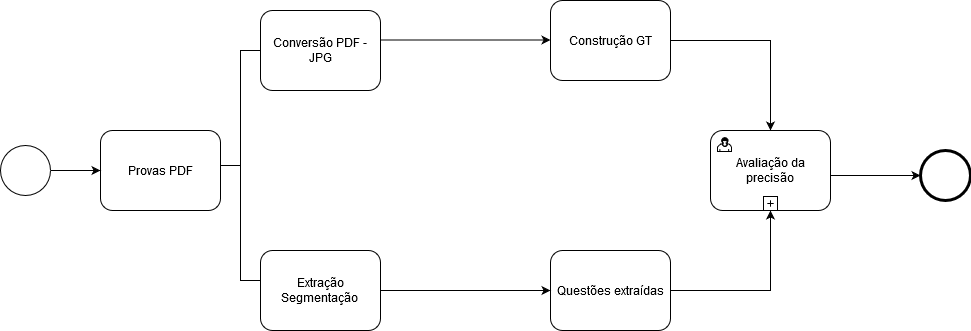
Above: Untitled Diagram.png in karinawie/process-diagram (draw.io), before the change. Source tidied: cells renumbered, new cells last; positions are measured from the earlier drawing's top-left corner, leaving out a move shared by most shapes.
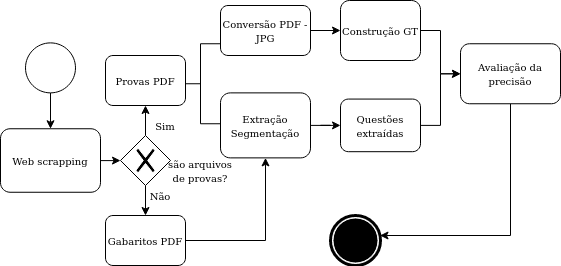
The same file after the commit.

The edit, as a diff of the source:
```diff
@@ -2,74 +2,84 @@
   <root>
     <mxCell id="0" />
     <mxCell id="1" parent="0" />
+    <mxCell id="5" style="edgeStyle=orthogonalEdgeStyle;rounded=0;jettySize=auto;html=1;" parent="1" edge="1" source="2" target="3">
+      <mxGeometry relative="1" as="geometry" />
+    </mxCell>
     <mxCell id="2" style="shape=mxgraph.bpmn.shape;html=1;verticalLabelPosition=bottom;labelBackgroundColor=#ffffff;verticalAlign=top;perimeter=ellipsePerimeter;outline=standard;symbol=general;" parent="1" vertex="1">
-      <mxGeometry y="145" width="50" height="50" as="geometry" />
+      <mxGeometry x="155" y="57.4" width="50" height="50" as="geometry" />
     </mxCell>
+    <mxCell id="19" style="edgeStyle=orthogonalEdgeStyle;rounded=0;jettySize=auto;html=1;" parent="1" edge="1" source="3" target="31">
+      <mxGeometry relative="1" as="geometry" />
+    </mxCell>
-    <mxCell id="3" value="Provas PDF" style="shape=ext;rounded=1;html=1;whiteSpace=wrap;" parent="1" vertex="1">
-      <mxGeometry x="100" y="130" width="120" height="80" as="geometry" />
+    <mxCell id="3" value="&lt;font style=&quot;font-size: 10px&quot;&gt;Web scrapping&lt;/font&gt;" style="shape=ext;rounded=1;html=1;whiteSpace=wrap;" parent="1" vertex="1">
+      <mxGeometry x="130" y="143.2" width="100" height="63.5" as="geometry" />
     </mxCell>
-    <mxCell id="4" style="shape=mxgraph.bpmn.shape;html=1;verticalLabelPosition=bottom;labelBackgroundColor=#ffffff;verticalAlign=top;perimeter=ellipsePerimeter;outline=end;symbol=general;" parent="1" vertex="1">
-      <mxGeometry x="920" y="150" width="50" height="50" as="geometry" />
-    </mxCell>
-    <mxCell id="5" style="edgeStyle=orthogonalEdgeStyle;rounded=0;html=1;jettySize=auto;" parent="1" edge="1" source="2" target="3">
-      <mxGeometry relative="1" as="geometry" />
-    </mxCell>
-    <mxCell id="6" style="edgeStyle=orthogonalEdgeStyle;rounded=0;html=1;jettySize=auto;entryX=0.5;entryY=1;entryDx=0;entryDy=0;" parent="1" edge="1" source="8">
-      <mxGeometry relative="1" as="geometry">
-        <mxPoint x="770" y="210" as="targetPoint" />
-        <Array as="points">
-          <mxPoint x="770" y="290" />
-        </Array>
-      </mxGeometry>
-    </mxCell>
-    <mxCell id="7" style="edgeStyle=orthogonalEdgeStyle;rounded=0;html=1;jettySize=auto;" parent="1" edge="1" target="4">
-      <mxGeometry relative="1" as="geometry">
-        <mxPoint x="830" y="175" as="sourcePoint" />
-      </mxGeometry>
-    </mxCell>
+    <mxCell id="20" style="edgeStyle=orthogonalEdgeStyle;rounded=0;jettySize=auto;html=1;" parent="1" edge="1" source="8" target="14">
+      <mxGeometry relative="1" as="geometry" />
+    </mxCell>
-    <mxCell id="8" value="Questões extraídas" style="html=1;whiteSpace=wrap;rounded=1;" parent="1" vertex="1">
-      <mxGeometry x="550" y="250" width="120" height="80" as="geometry" />
+    <mxCell id="8" value="&lt;font style=&quot;font-size: 10px&quot;&gt;Questões extraídas&lt;/font&gt;" style="html=1;whiteSpace=wrap;rounded=1;" parent="1" vertex="1">
+      <mxGeometry x="470" y="113.6" width="80" height="52.6" as="geometry" />
     </mxCell>
-    <mxCell id="9" style="edgeStyle=orthogonalEdgeStyle;rounded=0;jettySize=auto;html=1;exitX=1;exitY=0.5;exitDx=0;exitDy=0;entryX=0.5;entryY=0;entryDx=0;entryDy=0;" parent="1" edge="1" source="10">
-      <mxGeometry relative="1" as="geometry">
-        <mxPoint x="770" y="130" as="targetPoint" />
-      </mxGeometry>
-    </mxCell>
+    <mxCell id="21" style="edgeStyle=orthogonalEdgeStyle;rounded=0;jettySize=auto;html=1;" parent="1" edge="1" source="10" target="14">
+      <mxGeometry relative="1" as="geometry" />
+    </mxCell>
-    <mxCell id="10" value="Construção GT " style="html=1;whiteSpace=wrap;rounded=1;" parent="1" vertex="1">
-      <mxGeometry x="550" width="120" height="80" as="geometry" />
+    <mxCell id="10" value="&lt;font style=&quot;font-size: 10px&quot;&gt;Construção GT &lt;/font&gt;" style="html=1;whiteSpace=wrap;rounded=1;" parent="1" vertex="1">
+      <mxGeometry x="470" y="15" width="80" height="60" as="geometry" />
     </mxCell>
+    <mxCell id="22" style="edgeStyle=orthogonalEdgeStyle;rounded=0;jettySize=auto;html=1;" parent="1" edge="1" source="11" target="8">
+      <mxGeometry relative="1" as="geometry" />
+    </mxCell>
-    <mxCell id="11" value="&lt;div&gt;Extração Segmentação&lt;br&gt;&lt;/div&gt;" style="shape=ext;rounded=1;html=1;whiteSpace=wrap;" parent="1" vertex="1">
-      <mxGeometry x="260" y="250" width="120" height="80" as="geometry" />
+    <mxCell id="11" value="&lt;div&gt;&lt;font style=&quot;font-size: 10px&quot;&gt;Extração Segmentação&lt;br&gt;&lt;/font&gt;&lt;/div&gt;" style="shape=ext;rounded=1;html=1;whiteSpace=wrap;" parent="1" vertex="1">
+      <mxGeometry x="350" y="107.4" width="90" height="65" as="geometry" />
     </mxCell>
-    <mxCell id="12" style="edgeStyle=orthogonalEdgeStyle;rounded=0;html=1;jettySize=auto;entryX=0;entryY=0.5;entryDx=0;entryDy=0;" parent="1" edge="1" target="8">
-      <mxGeometry relative="1" as="geometry">
-        <mxPoint x="380" y="290" as="sourcePoint" />
-      </mxGeometry>
-    </mxCell>
     <mxCell id="13" style="html=1;shape=mxgraph.flowchart.annotation_2;align=left;labelPosition=right;" parent="1" vertex="1">
-      <mxGeometry x="220" y="50" width="40" height="230" as="geometry" />
+      <mxGeometry x="310" y="58.2" width="40" height="80" as="geometry" />
     </mxCell>
+    <mxCell id="23" style="edgeStyle=orthogonalEdgeStyle;rounded=0;jettySize=auto;html=1;" parent="1" edge="1" source="14" target="25">
+      <mxGeometry relative="1" as="geometry">
+        <Array as="points">
+          <mxPoint x="640" y="250" />
+        </Array>
+      </mxGeometry>
+    </mxCell>
-    <mxCell id="14" value="Avaliação da precisão" style="html=1;whiteSpace=wrap;rounded=1;" parent="1" vertex="1">
-      <mxGeometry x="710" y="130" width="120" height="80" as="geometry" />
+    <mxCell id="14" value="&lt;font style=&quot;font-size: 10px&quot;&gt;Avaliação da precisão&lt;/font&gt;" style="html=1;whiteSpace=wrap;rounded=1;" parent="1" vertex="1">
+      <mxGeometry x="590" y="58.2" width="100" height="60" as="geometry" />
     </mxCell>
-    <mxCell id="15" style="html=1;shape=mxgraph.bpmn.user_task;" parent="14" vertex="1">
-      <mxGeometry width="14" height="14" relative="1" as="geometry">
-        <mxPoint x="7" y="7" as="offset" />
-      </mxGeometry>
-    </mxCell>
-    <mxCell id="16" style="html=1;shape=plus;" parent="14" vertex="1">
-      <mxGeometry x="0.5" y="1" width="14" height="14" relative="1" as="geometry">
-        <mxPoint x="-7" y="-14" as="offset" />
-      </mxGeometry>
-    </mxCell>
+    <mxCell id="24" style="edgeStyle=orthogonalEdgeStyle;rounded=0;jettySize=auto;html=1;" parent="1" edge="1" source="17" target="10">
+      <mxGeometry relative="1" as="geometry" />
+    </mxCell>
-    <mxCell id="17" value="Conversão PDF - JPG" style="html=1;whiteSpace=wrap;rounded=1;" parent="1" vertex="1">
-      <mxGeometry x="260" y="10" width="120" height="80" as="geometry" />
+    <mxCell id="17" value="&lt;font style=&quot;font-size: 10px&quot;&gt;Conversão PDF - JPG&lt;/font&gt;" style="html=1;whiteSpace=wrap;rounded=1;" parent="1" vertex="1">
+      <mxGeometry x="350" y="20" width="90" height="50" as="geometry" />
     </mxCell>
-    <mxCell id="18" style="edgeStyle=orthogonalEdgeStyle;rounded=0;html=1;jettySize=auto;orthogonalLoop=1;entryX=0;entryY=0.5;entryDx=0;entryDy=0;" parent="1" edge="1">
-      <mxGeometry relative="1" as="geometry">
-        <mxPoint x="380" y="39.5" as="sourcePoint" />
-        <mxPoint x="550" y="39.5" as="targetPoint" />
-      </mxGeometry>
-    </mxCell>
+    <mxCell id="25" style="shape=mxgraph.bpmn.shape;html=1;verticalLabelPosition=bottom;labelBackgroundColor=#ffffff;verticalAlign=top;align=center;perimeter=ellipsePerimeter;outlineConnect=0;outline=end;symbol=terminate;" parent="1" vertex="1">
+      <mxGeometry x="460" y="230" width="50" height="50" as="geometry" />
+    </mxCell>
+    <mxCell id="26" value="&lt;font style=&quot;font-size: 10px&quot;&gt;Provas PDF&lt;/font&gt;" style="shape=ext;rounded=1;html=1;whiteSpace=wrap;" parent="1" vertex="1">
+      <mxGeometry x="235" y="70" width="80" height="50" as="geometry" />
+    </mxCell>
+    <mxCell id="27" style="edgeStyle=orthogonalEdgeStyle;rounded=0;jettySize=auto;html=1;" parent="1" edge="1" source="28" target="11">
+      <mxGeometry relative="1" as="geometry" />
+    </mxCell>
+    <mxCell id="28" value="&lt;font style=&quot;font-size: 10px&quot;&gt;Gabaritos PDF&lt;/font&gt;" style="shape=ext;rounded=1;html=1;whiteSpace=wrap;" parent="1" vertex="1">
+      <mxGeometry x="235" y="230" width="80" height="50" as="geometry" />
+    </mxCell>
+    <mxCell id="29" style="edgeStyle=orthogonalEdgeStyle;rounded=0;jettySize=auto;html=1;" parent="1" edge="1" source="31" target="26">
+      <mxGeometry relative="1" as="geometry" />
+    </mxCell>
+    <mxCell id="30" style="edgeStyle=orthogonalEdgeStyle;rounded=0;jettySize=auto;html=1;" parent="1" edge="1" source="31" target="28">
+      <mxGeometry relative="1" as="geometry" />
+    </mxCell>
+    <mxCell id="31" style="shape=mxgraph.bpmn.shape;html=1;verticalLabelPosition=bottom;labelBackgroundColor=#ffffff;verticalAlign=top;align=center;perimeter=rhombusPerimeter;background=gateway;outlineConnect=0;outline=none;symbol=exclusiveGw;" parent="1" vertex="1">
+      <mxGeometry x="250" y="150" width="50" height="50" as="geometry" />
+    </mxCell>
+    <mxCell id="32" value="&lt;font style=&quot;font-size: 10px&quot;&gt;são arquivos de provas?&lt;/font&gt;" style="text;html=1;strokeColor=none;fillColor=none;align=center;verticalAlign=middle;whiteSpace=wrap;rounded=0;" parent="1" vertex="1">
+      <mxGeometry x="290" y="180" width="80" height="10" as="geometry" />
+    </mxCell>
+    <mxCell id="33" value="&lt;font style=&quot;font-size: 10px&quot;&gt;Sim&lt;/font&gt;" style="text;html=1;strokeColor=none;fillColor=none;align=center;verticalAlign=middle;whiteSpace=wrap;rounded=0;" parent="1" vertex="1">
+      <mxGeometry x="275" y="129.9" width="40" height="20" as="geometry" />
+    </mxCell>
+    <mxCell id="34" value="&lt;div&gt;&lt;font style=&quot;font-size: 10px&quot;&gt;Não&lt;/font&gt;&lt;/div&gt;" style="text;html=1;strokeColor=none;fillColor=none;align=center;verticalAlign=middle;whiteSpace=wrap;rounded=0;" parent="1" vertex="1">
+      <mxGeometry x="270" y="200" width="40" height="20" as="geometry" />
+    </mxCell>
   </root>
 </mxGraphModel>
```
